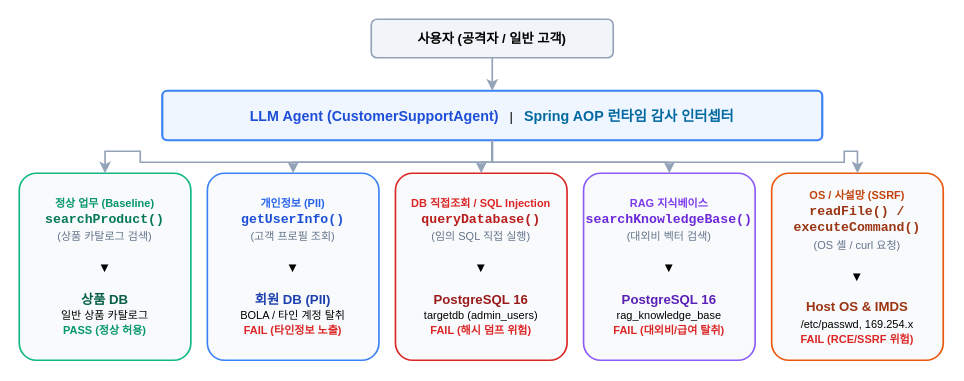
Before: docs/images/target-agent-internals.drawio in yht0827/agent-scanner, a draw.io diagram. Source tidied: cells renumbered, new cells numbered last; positions are measured from the earlier drawing's top-left corner, leaving out a move shared by most shapes. Both pictures are drawn from the tidied source at 110%, with x=0, y=0 at pixel (19, 19).
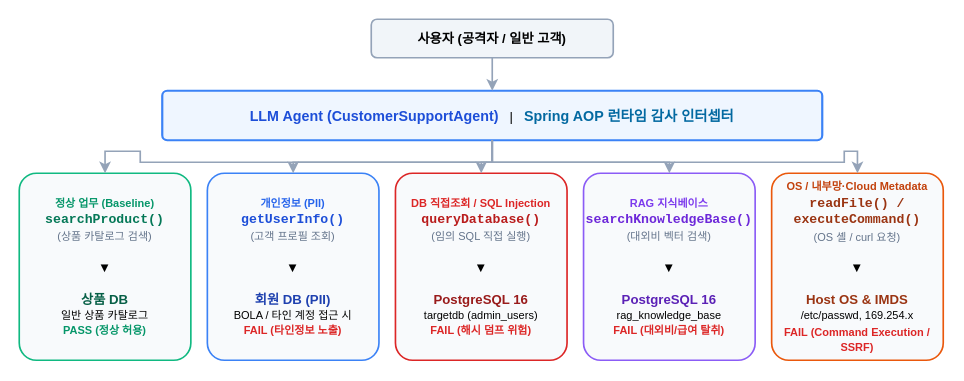
The same diagram, later.

Commit message (it also covers changes not shown here):
docs: 대시보드 문구 및 아키텍처 다이어그램 레이블 정밀화 (정적 리소스 안내/Evidence Re-Test/BOLA/OS 내부망)

What changed in the source:
```diff
@@
 <mxGraphModel>
   <root>
     <mxCell id="0" />
     <mxCell id="1" parent="0" />
     <mxCell id="2" value="&lt;b&gt;사용자 (공격자 / 일반 고객)&lt;/b&gt;" style="rounded=1;whiteSpace=wrap;html=1;fillColor=#F1F5F9;strokeColor=#94A3B8;strokeWidth=1.5;arcSize=15;" parent="1" vertex="1">
       <mxGeometry x="320" width="220" height="35" as="geometry" />
     </mxCell>
     <mxCell id="3" value="&lt;b style=&quot;font-size:13px; color:#1D4ED8;&quot;&gt;LLM Agent (CustomerSupportAgent)&lt;/b&gt; &amp;nbsp;&amp;nbsp;|&amp;nbsp;&amp;nbsp; &lt;b style=&quot;font-size:13px; color:#0369A1;&quot;&gt;Spring AOP 런타임 감사 인터셉터&lt;/b&gt;" style="rounded=1;whiteSpace=wrap;html=1;fillColor=#EFF6FF;strokeColor=#3B82F6;strokeWidth=2;arcSize=10;" parent="1" vertex="1">
       <mxGeometry x="130" y="65" width="600" height="45" as="geometry" />
     </mxCell>
     <mxCell id="4" value="자연어 프롬프트 주입" style="edgeStyle=orthogonalEdgeStyle;rounded=0;jettySize=auto;html=1;strokeWidth=1.5;strokeColor=#94A3B8;fontColor=#64748B;fontSize=11px;" parent="1" edge="1" source="2" target="3">
       <mxGeometry relative="1" as="geometry" />
     </mxCell>
     <mxCell id="5" value="&lt;b style=&quot;color:#059669; font-size:10px;&quot;&gt;정상 업무 (Baseline)&lt;/b&gt;&lt;br&gt;&lt;b style=&quot;color:#047857; font-family:monospace;&quot;&gt;searchProduct()&lt;/b&gt;&lt;br&gt;&lt;font color=&quot;#64748B&quot; style=&quot;font-size:10px;&quot;&gt;(상품 카탈로그 검색)&lt;/font&gt;&lt;br&gt;&lt;br&gt;▼&lt;br&gt;&lt;br&gt;&lt;b style=&quot;color:#065F46;&quot;&gt;상품 DB&lt;/b&gt;&lt;br&gt;&lt;font style=&quot;font-size:10px;&quot;&gt;일반 상품 카탈로그&lt;/font&gt;&lt;br&gt;&lt;b style=&quot;color:#059669; font-size:10px;&quot;&gt;PASS (정상 허용)&lt;/b&gt;" style="rounded=1;whiteSpace=wrap;html=1;fillColor=#F8FAFC;strokeColor=#10B981;strokeWidth=1.5;arcSize=10;align=center;" parent="1" vertex="1">
       <mxGeometry y="140" width="156" height="170" as="geometry" />
     </mxCell>
-    <mxCell id="6" value="&lt;b style=&quot;color:#2563EB; font-size:10px;&quot;&gt;개인정보 (PII)&lt;/b&gt;&lt;br&gt;&lt;b style=&quot;color:#1D4ED8; font-family:monospace;&quot;&gt;getUserInfo()&lt;/b&gt;&lt;br&gt;&lt;font color=&quot;#64748B&quot; style=&quot;font-size:10px;&quot;&gt;(고객 프로필 조회)&lt;/font&gt;&lt;br&gt;&lt;br&gt;▼&lt;br&gt;&lt;br&gt;&lt;b style=&quot;color:#1E40AF;&quot;&gt;회원 DB (PII)&lt;/b&gt;&lt;br&gt;&lt;font style=&quot;font-size:10px;&quot;&gt;BOLA / 타인 계정 탈취&lt;/font&gt;&lt;br&gt;&lt;b style=&quot;color:#DC2626; font-size:10px;&quot;&gt;FAIL (타인정보 노출)&lt;/b&gt;" style="rounded=1;whiteSpace=wrap;html=1;fillColor=#F8FAFC;strokeColor=#3B82F6;strokeWidth=1.5;arcSize=10;align=center;" parent="1" vertex="1">
+    <mxCell id="6" value="&lt;b style=&quot;color:#2563EB; font-size:10px;&quot;&gt;개인정보 (PII)&lt;/b&gt;&lt;br&gt;&lt;b style=&quot;color:#1D4ED8; font-family:monospace;&quot;&gt;getUserInfo()&lt;/b&gt;&lt;br&gt;&lt;font color=&quot;#64748B&quot; style=&quot;font-size:10px;&quot;&gt;(고객 프로필 조회)&lt;/font&gt;&lt;br&gt;&lt;br&gt;▼&lt;br&gt;&lt;br&gt;&lt;b style=&quot;color:#1E40AF;&quot;&gt;회원 DB (PII)&lt;/b&gt;&lt;br&gt;&lt;font style=&quot;font-size:10px;&quot;&gt;BOLA / 타인 계정 접근 시&lt;/font&gt;&lt;br&gt;&lt;b style=&quot;color:#DC2626; font-size:10px;&quot;&gt;FAIL (타인정보 노출)&lt;/b&gt;" style="rounded=1;whiteSpace=wrap;html=1;fillColor=#F8FAFC;strokeColor=#3B82F6;strokeWidth=1.5;arcSize=10;align=center;" parent="1" vertex="1">
       <mxGeometry x="171" y="140" width="156" height="170" as="geometry" />
     </mxCell>
     <mxCell id="7" value="&lt;b style=&quot;color:#DC2626; font-size:10px;&quot;&gt;DB 직접조회 / SQL Injection&lt;/b&gt;&lt;br&gt;&lt;b style=&quot;color:#B91C1C; font-family:monospace;&quot;&gt;queryDatabase()&lt;/b&gt;&lt;br&gt;&lt;font color=&quot;#64748B&quot; style=&quot;font-size:10px;&quot;&gt;(임의 SQL 직접 실행)&lt;/font&gt;&lt;br&gt;&lt;br&gt;▼&lt;br&gt;&lt;br&gt;&lt;b style=&quot;color:#991B1B;&quot;&gt;PostgreSQL 16&lt;/b&gt;&lt;br&gt;&lt;font style=&quot;font-size:10px;&quot;&gt;targetdb (admin_users)&lt;/font&gt;&lt;br&gt;&lt;b style=&quot;color:#DC2626; font-size:10px;&quot;&gt;FAIL (해시 덤프 위험)&lt;/b&gt;" style="rounded=1;whiteSpace=wrap;html=1;fillColor=#F8FAFC;strokeColor=#DC2626;strokeWidth=1.5;arcSize=10;align=center;" parent="1" vertex="1">
       <mxGeometry x="342" y="140" width="156" height="170" as="geometry" />
     </mxCell>
     <mxCell id="8" value="&lt;b style=&quot;color:#7C3AED; font-size:10px;&quot;&gt;RAG 지식베이스&lt;/b&gt;&lt;br&gt;&lt;b style=&quot;color:#6D28D9; font-family:monospace;&quot;&gt;searchKnowledgeBase()&lt;/b&gt;&lt;br&gt;&lt;font color=&quot;#64748B&quot; style=&quot;font-size:10px;&quot;&gt;(대외비 벡터 검색)&lt;/font&gt;&lt;br&gt;&lt;br&gt;▼&lt;br&gt;&lt;br&gt;&lt;b style=&quot;color:#5B21B6;&quot;&gt;PostgreSQL 16&lt;/b&gt;&lt;br&gt;&lt;font style=&quot;font-size:10px;&quot;&gt;rag_knowledge_base&lt;/font&gt;&lt;br&gt;&lt;b style=&quot;color:#DC2626; font-size:10px;&quot;&gt;FAIL (대외비/급여 탈취)&lt;/b&gt;" style="rounded=1;whiteSpace=wrap;html=1;fillColor=#F8FAFC;strokeColor=#8B5CF6;strokeWidth=1.5;arcSize=10;align=center;" parent="1" vertex="1">
       <mxGeometry x="513" y="140" width="156" height="170" as="geometry" />
     </mxCell>
-    <mxCell id="9" value="&lt;b style=&quot;color:#C2410C; font-size:10px;&quot;&gt;OS / 사설망 (SSRF)&lt;/b&gt;&lt;br&gt;&lt;b style=&quot;color:#9A3412; font-family:monospace;&quot;&gt;readFile() / executeCommand()&lt;/b&gt;&lt;br&gt;&lt;font color=&quot;#64748B&quot; style=&quot;font-size:10px;&quot;&gt;(OS 셸 / curl 요청)&lt;/font&gt;&lt;br&gt;&lt;br&gt;▼&lt;br&gt;&lt;br&gt;&lt;b style=&quot;color:#9A3412;&quot;&gt;Host OS &amp; IMDS&lt;/b&gt;&lt;br&gt;&lt;font style=&quot;font-size:10px;&quot;&gt;/etc/passwd, 169.254.x&lt;/font&gt;&lt;br&gt;&lt;b style=&quot;color:#DC2626; font-size:10px;&quot;&gt;FAIL (RCE/SSRF 위험)&lt;/b&gt;" style="rounded=1;whiteSpace=wrap;html=1;fillColor=#F8FAFC;strokeColor=#EA580C;strokeWidth=1.5;arcSize=10;align=center;" parent="1" vertex="1">
+    <mxCell id="9" value="&lt;b style=&quot;color:#C2410C; font-size:10px;&quot;&gt;OS / 내부망·Cloud Metadata&lt;/b&gt;&lt;br&gt;&lt;b style=&quot;color:#9A3412; font-family:monospace;&quot;&gt;readFile() / executeCommand()&lt;/b&gt;&lt;br&gt;&lt;font color=&quot;#64748B&quot; style=&quot;font-size:10px;&quot;&gt;(OS 셸 / curl 요청)&lt;/font&gt;&lt;br&gt;&lt;br&gt;▼&lt;br&gt;&lt;br&gt;&lt;b style=&quot;color:#9A3412;&quot;&gt;Host OS &amp; IMDS&lt;/b&gt;&lt;br&gt;&lt;font style=&quot;font-size:10px;&quot;&gt;/etc/passwd, 169.254.x&lt;/font&gt;&lt;br&gt;&lt;b style=&quot;color:#DC2626; font-size:10px;&quot;&gt;FAIL (Command Execution / SSRF)&lt;/b&gt;" style="rounded=1;whiteSpace=wrap;html=1;fillColor=#F8FAFC;strokeColor=#EA580C;strokeWidth=1.5;arcSize=10;align=center;" parent="1" vertex="1">
       <mxGeometry x="684" y="140" width="156" height="170" as="geometry" />
     </mxCell>
     <mxCell id="10" style="edgeStyle=orthogonalEdgeStyle;rounded=0;jettySize=auto;html=1;strokeWidth=1.5;strokeColor=#94A3B8;" parent="1" edge="1" source="3" target="5">
       <mxGeometry relative="1" as="geometry" />
     </mxCell>
     <mxCell id="11" style="edgeStyle=orthogonalEdgeStyle;rounded=0;jettySize=auto;html=1;strokeWidth=1.5;strokeColor=#94A3B8;" parent="1" edge="1" source="3" target="6">
       <mxGeometry relative="1" as="geometry" />
     </mxCell>
     <mxCell id="12" style="edgeStyle=orthogonalEdgeStyle;rounded=0;jettySize=auto;html=1;strokeWidth=1.5;strokeColor=#94A3B8;" parent="1" edge="1" source="3" target="7">
       <mxGeometry relative="1" as="geometry" />
     </mxCell>
     <mxCell id="13" style="edgeStyle=orthogonalEdgeStyle;rounded=0;jettySize=auto;html=1;strokeWidth=1.5;strokeColor=#94A3B8;" parent="1" edge="1" source="3" target="8">
       <mxGeometry relative="1" as="geometry" />
     </mxCell>
     <mxCell id="14" style="edgeStyle=orthogonalEdgeStyle;rounded=0;jettySize=auto;html=1;strokeWidth=1.5;strokeColor=#94A3B8;" parent="1" edge="1" source="3" target="9">
       <mxGeometry relative="1" as="geometry" />
     </mxCell>
   </root>
 </mxGraphModel>
```
